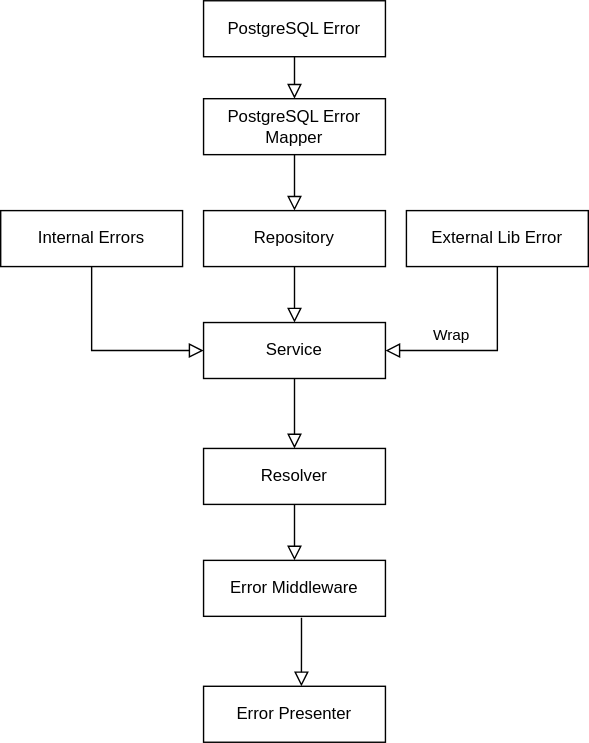
Above: docs/internal/proposals/error-handling/error-handling.svg in kyma-incubator/compass (draw.io), before the change. Source tidied: cells renumbered, new cells last; positions are measured from the earlier drawing's top-left corner, leaving out a move shared by most shapes. The source it was exported from:
```xml
<mxGraphModel>
  <root>
    <mxCell id="0" />
    <mxCell id="1" parent="0" />
    <mxCell id="2" style="rounded=0;html=1;jettySize=auto;fontSize=11;endArrow=block;endFill=0;endSize=8;strokeWidth=1;shadow=0;labelBackgroundColor=none;edgeStyle=orthogonalEdgeStyle;entryX=0.5;entryY=0;entryDx=0;entryDy=0;" parent="1" edge="1" source="4" target="6">
      <mxGeometry relative="1" as="geometry" />
    </mxCell>
    <mxCell id="3" value="PostgreSQL Error&lt;br&gt;" style="rounded=1;whiteSpace=wrap;html=1;fontSize=12;glass=0;strokeWidth=1;shadow=0;arcSize=0;" parent="1" vertex="1">
      <mxGeometry x="145" width="130" height="40" as="geometry" />
    </mxCell>
    <mxCell id="4" value="PostgreSQL Error Mapper" style="rounded=1;whiteSpace=wrap;html=1;fontSize=12;glass=0;strokeWidth=1;shadow=0;arcSize=0;" parent="1" vertex="1">
      <mxGeometry x="145" y="70" width="130" height="40" as="geometry" />
    </mxCell>
    <mxCell id="5" style="rounded=0;html=1;jettySize=auto;fontSize=11;endArrow=block;endFill=0;endSize=8;strokeWidth=1;shadow=0;labelBackgroundColor=none;edgeStyle=orthogonalEdgeStyle;" parent="1" edge="1" source="3" target="4">
      <mxGeometry relative="1" as="geometry" />
    </mxCell>
    <mxCell id="6" value="Repository" style="rounded=1;whiteSpace=wrap;html=1;fontSize=12;glass=0;strokeWidth=1;shadow=0;arcSize=0;" parent="1" vertex="1">
      <mxGeometry x="145" y="150" width="130" height="40" as="geometry" />
    </mxCell>
    <mxCell id="7" value="Service" style="rounded=1;whiteSpace=wrap;html=1;fontSize=12;glass=0;strokeWidth=1;shadow=0;arcSize=0;" parent="1" vertex="1">
      <mxGeometry x="145" y="230" width="130" height="40" as="geometry" />
    </mxCell>
    <mxCell id="8" value="Resolver&lt;br&gt;" style="rounded=1;whiteSpace=wrap;html=1;fontSize=12;glass=0;strokeWidth=1;shadow=0;arcSize=0;" parent="1" vertex="1">
      <mxGeometry x="145" y="320" width="130" height="40" as="geometry" />
    </mxCell>
    <mxCell id="9" style="rounded=0;html=1;jettySize=auto;fontSize=11;endArrow=block;endFill=0;endSize=8;strokeWidth=1;shadow=0;labelBackgroundColor=none;edgeStyle=orthogonalEdgeStyle;entryX=0.5;entryY=0;entryDx=0;entryDy=0;exitX=0.5;exitY=1;exitDx=0;exitDy=0;" parent="1" edge="1" source="6" target="7">
      <mxGeometry relative="1" as="geometry" />
    </mxCell>
    <mxCell id="10" style="rounded=0;html=1;jettySize=auto;fontSize=11;endArrow=block;endFill=0;endSize=8;strokeWidth=1;shadow=0;labelBackgroundColor=none;edgeStyle=orthogonalEdgeStyle;entryX=0.5;entryY=0;entryDx=0;entryDy=0;exitX=0.5;exitY=1;exitDx=0;exitDy=0;" parent="1" edge="1" source="7" target="8">
      <mxGeometry relative="1" as="geometry">
        <Array as="points">
          <mxPoint x="210" y="300" />
          <mxPoint x="210" y="300" />
        </Array>
      </mxGeometry>
    </mxCell>
    <mxCell id="11" value="Error Middleware" style="rounded=1;whiteSpace=wrap;html=1;fontSize=12;glass=0;strokeWidth=1;shadow=0;arcSize=0;" parent="1" vertex="1">
      <mxGeometry x="145" y="400" width="130" height="40" as="geometry" />
    </mxCell>
    <mxCell id="12" style="rounded=0;html=1;jettySize=auto;fontSize=11;endArrow=block;endFill=0;endSize=8;strokeWidth=1;shadow=0;labelBackgroundColor=none;edgeStyle=orthogonalEdgeStyle;entryX=0.5;entryY=0;entryDx=0;entryDy=0;exitX=0.5;exitY=1;exitDx=0;exitDy=0;" parent="1" edge="1" source="8" target="11">
      <mxGeometry relative="1" as="geometry">
        <Array as="points">
          <mxPoint x="210" y="370" />
          <mxPoint x="210" y="370" />
        </Array>
      </mxGeometry>
    </mxCell>
    <mxCell id="13" value="External Lib Error&lt;br&gt;" style="rounded=1;whiteSpace=wrap;html=1;fontSize=12;glass=0;strokeWidth=1;shadow=0;arcSize=0;" parent="1" vertex="1">
      <mxGeometry x="290" y="150" width="130" height="40" as="geometry" />
    </mxCell>
    <mxCell id="14" style="rounded=0;html=1;jettySize=auto;fontSize=11;endArrow=block;endFill=0;endSize=8;strokeWidth=1;shadow=0;labelBackgroundColor=none;edgeStyle=orthogonalEdgeStyle;entryX=1;entryY=0.5;entryDx=0;entryDy=0;exitX=0.5;exitY=1;exitDx=0;exitDy=0;" parent="1" edge="1" source="13" target="7">
      <mxGeometry relative="1" as="geometry" />
    </mxCell>
    <mxCell id="15" value="Wrap" style="edgeLabel;html=1;align=center;verticalAlign=middle;" parent="14" vertex="1">
      <mxGeometry x="-0.31" y="-33" relative="1" as="geometry" />
    </mxCell>
    <mxCell id="16" value="Error Presenter" style="rounded=1;whiteSpace=wrap;html=1;fontSize=12;glass=0;strokeWidth=1;shadow=0;arcSize=0;" parent="1" vertex="1">
      <mxGeometry x="145" y="490" width="130" height="40" as="geometry" />
    </mxCell>
    <mxCell id="17" value="Internal Errors" style="rounded=1;whiteSpace=wrap;html=1;fontSize=12;glass=0;strokeWidth=1;shadow=0;arcSize=0;" parent="1" vertex="1">
      <mxGeometry y="150" width="130" height="40" as="geometry" />
    </mxCell>
    <mxCell id="18" style="rounded=0;html=1;jettySize=auto;fontSize=11;endArrow=block;endFill=0;endSize=8;strokeWidth=1;shadow=0;labelBackgroundColor=none;edgeStyle=orthogonalEdgeStyle;entryX=0;entryY=0.5;entryDx=0;entryDy=0;exitX=0.5;exitY=1;exitDx=0;exitDy=0;" parent="1" edge="1" source="17" target="7">
      <mxGeometry relative="1" as="geometry" />
    </mxCell>
    <mxCell id="19" style="rounded=0;html=1;jettySize=auto;fontSize=11;endArrow=block;endFill=0;endSize=8;strokeWidth=1;shadow=0;labelBackgroundColor=none;edgeStyle=orthogonalEdgeStyle;entryX=0.538;entryY=0;entryDx=0;entryDy=0;entryPerimeter=0;" parent="1" edge="1" target="16">
      <mxGeometry relative="1" as="geometry">
        <mxPoint x="215" y="441" as="sourcePoint" />
        <Array as="points">
          <mxPoint x="215" y="460" />
          <mxPoint x="215" y="460" />
        </Array>
      </mxGeometry>
    </mxCell>
  </root>
</mxGraphModel>
```
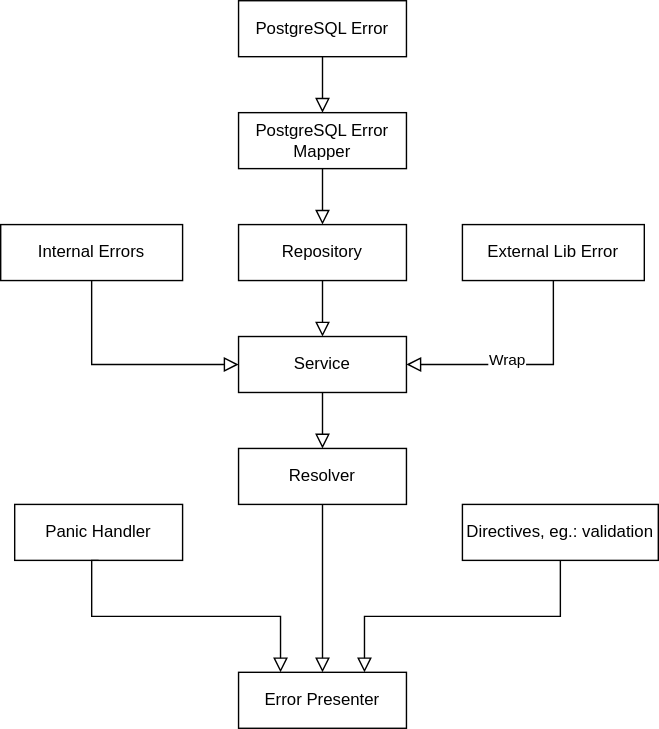
After the change.

Commit message:
fi after review

Diff of the diagram source:
```diff
@@ -6,47 +6,41 @@
       <mxGeometry relative="1" as="geometry" />
     </mxCell>
     <mxCell id="3" value="PostgreSQL Error&lt;br&gt;" style="rounded=1;whiteSpace=wrap;html=1;fontSize=12;glass=0;strokeWidth=1;shadow=0;arcSize=0;" parent="1" vertex="1">
-      <mxGeometry x="145" width="130" height="40" as="geometry" />
+      <mxGeometry x="190" y="10" width="120" height="40" as="geometry" />
     </mxCell>
     <mxCell id="4" value="PostgreSQL Error Mapper" style="rounded=1;whiteSpace=wrap;html=1;fontSize=12;glass=0;strokeWidth=1;shadow=0;arcSize=0;" parent="1" vertex="1">
-      <mxGeometry x="145" y="70" width="130" height="40" as="geometry" />
+      <mxGeometry x="190" y="90" width="120" height="40" as="geometry" />
     </mxCell>
     <mxCell id="5" style="rounded=0;html=1;jettySize=auto;fontSize=11;endArrow=block;endFill=0;endSize=8;strokeWidth=1;shadow=0;labelBackgroundColor=none;edgeStyle=orthogonalEdgeStyle;" parent="1" edge="1" source="3" target="4">
       <mxGeometry relative="1" as="geometry" />
     </mxCell>
     <mxCell id="6" value="Repository" style="rounded=1;whiteSpace=wrap;html=1;fontSize=12;glass=0;strokeWidth=1;shadow=0;arcSize=0;" parent="1" vertex="1">
-      <mxGeometry x="145" y="150" width="130" height="40" as="geometry" />
+      <mxGeometry x="190" y="170" width="120" height="40" as="geometry" />
     </mxCell>
     <mxCell id="7" value="Service" style="rounded=1;whiteSpace=wrap;html=1;fontSize=12;glass=0;strokeWidth=1;shadow=0;arcSize=0;" parent="1" vertex="1">
-      <mxGeometry x="145" y="230" width="130" height="40" as="geometry" />
+      <mxGeometry x="190" y="250" width="120" height="40" as="geometry" />
     </mxCell>
     <mxCell id="8" value="Resolver&lt;br&gt;" style="rounded=1;whiteSpace=wrap;html=1;fontSize=12;glass=0;strokeWidth=1;shadow=0;arcSize=0;" parent="1" vertex="1">
-      <mxGeometry x="145" y="320" width="130" height="40" as="geometry" />
+      <mxGeometry x="190" y="330" width="120" height="40" as="geometry" />
     </mxCell>
     <mxCell id="9" style="rounded=0;html=1;jettySize=auto;fontSize=11;endArrow=block;endFill=0;endSize=8;strokeWidth=1;shadow=0;labelBackgroundColor=none;edgeStyle=orthogonalEdgeStyle;entryX=0.5;entryY=0;entryDx=0;entryDy=0;exitX=0.5;exitY=1;exitDx=0;exitDy=0;" parent="1" edge="1" source="6" target="7">
-      <mxGeometry relative="1" as="geometry" />
+      <mxGeometry relative="1" as="geometry">
+        <Array as="points">
+          <mxPoint x="250" y="230" />
+          <mxPoint x="250" y="230" />
+        </Array>
+      </mxGeometry>
     </mxCell>
     <mxCell id="10" style="rounded=0;html=1;jettySize=auto;fontSize=11;endArrow=block;endFill=0;endSize=8;strokeWidth=1;shadow=0;labelBackgroundColor=none;edgeStyle=orthogonalEdgeStyle;entryX=0.5;entryY=0;entryDx=0;entryDy=0;exitX=0.5;exitY=1;exitDx=0;exitDy=0;" parent="1" edge="1" source="7" target="8">
       <mxGeometry relative="1" as="geometry">
         <Array as="points">
-          <mxPoint x="210" y="300" />
-          <mxPoint x="210" y="300" />
+          <mxPoint x="250" y="320" />
+          <mxPoint x="250" y="320" />
         </Array>
       </mxGeometry>
     </mxCell>
-    <mxCell id="11" value="Error Middleware" style="rounded=1;whiteSpace=wrap;html=1;fontSize=12;glass=0;strokeWidth=1;shadow=0;arcSize=0;" parent="1" vertex="1">
-      <mxGeometry x="145" y="400" width="130" height="40" as="geometry" />
-    </mxCell>
-    <mxCell id="12" style="rounded=0;html=1;jettySize=auto;fontSize=11;endArrow=block;endFill=0;endSize=8;strokeWidth=1;shadow=0;labelBackgroundColor=none;edgeStyle=orthogonalEdgeStyle;entryX=0.5;entryY=0;entryDx=0;entryDy=0;exitX=0.5;exitY=1;exitDx=0;exitDy=0;" parent="1" edge="1" source="8" target="11">
-      <mxGeometry relative="1" as="geometry">
-        <Array as="points">
-          <mxPoint x="210" y="370" />
-          <mxPoint x="210" y="370" />
-        </Array>
-      </mxGeometry>
-    </mxCell>
     <mxCell id="13" value="External Lib Error&lt;br&gt;" style="rounded=1;whiteSpace=wrap;html=1;fontSize=12;glass=0;strokeWidth=1;shadow=0;arcSize=0;" parent="1" vertex="1">
-      <mxGeometry x="290" y="150" width="130" height="40" as="geometry" />
+      <mxGeometry x="350" y="170" width="130" height="40" as="geometry" />
     </mxCell>
     <mxCell id="14" style="rounded=0;html=1;jettySize=auto;fontSize=11;endArrow=block;endFill=0;endSize=8;strokeWidth=1;shadow=0;labelBackgroundColor=none;edgeStyle=orthogonalEdgeStyle;entryX=1;entryY=0.5;entryDx=0;entryDy=0;exitX=0.5;exitY=1;exitDx=0;exitDy=0;" parent="1" edge="1" source="13" target="7">
       <mxGeometry relative="1" as="geometry" />
@@ -55,22 +49,39 @@
       <mxGeometry x="-0.31" y="-33" relative="1" as="geometry" />
     </mxCell>
     <mxCell id="16" value="Error Presenter" style="rounded=1;whiteSpace=wrap;html=1;fontSize=12;glass=0;strokeWidth=1;shadow=0;arcSize=0;" parent="1" vertex="1">
-      <mxGeometry x="145" y="490" width="130" height="40" as="geometry" />
+      <mxGeometry x="190" y="490" width="120" height="40" as="geometry" />
     </mxCell>
     <mxCell id="17" value="Internal Errors" style="rounded=1;whiteSpace=wrap;html=1;fontSize=12;glass=0;strokeWidth=1;shadow=0;arcSize=0;" parent="1" vertex="1">
-      <mxGeometry y="150" width="130" height="40" as="geometry" />
+      <mxGeometry x="20" y="170" width="130" height="40" as="geometry" />
     </mxCell>
     <mxCell id="18" style="rounded=0;html=1;jettySize=auto;fontSize=11;endArrow=block;endFill=0;endSize=8;strokeWidth=1;shadow=0;labelBackgroundColor=none;edgeStyle=orthogonalEdgeStyle;entryX=0;entryY=0.5;entryDx=0;entryDy=0;exitX=0.5;exitY=1;exitDx=0;exitDy=0;" parent="1" edge="1" source="17" target="7">
       <mxGeometry relative="1" as="geometry" />
     </mxCell>
-    <mxCell id="19" style="rounded=0;html=1;jettySize=auto;fontSize=11;endArrow=block;endFill=0;endSize=8;strokeWidth=1;shadow=0;labelBackgroundColor=none;edgeStyle=orthogonalEdgeStyle;entryX=0.538;entryY=0;entryDx=0;entryDy=0;entryPerimeter=0;" parent="1" edge="1" target="16">
-      <mxGeometry relative="1" as="geometry">
-        <mxPoint x="215" y="441" as="sourcePoint" />
-        <Array as="points">
-          <mxPoint x="215" y="460" />
-          <mxPoint x="215" y="460" />
-        </Array>
-      </mxGeometry>
+    <mxCell id="19" style="rounded=0;html=1;jettySize=auto;fontSize=11;endArrow=block;endFill=0;endSize=8;strokeWidth=1;shadow=0;labelBackgroundColor=none;edgeStyle=orthogonalEdgeStyle;entryX=0.5;entryY=0;entryDx=0;entryDy=0;exitX=0.5;exitY=1;exitDx=0;exitDy=0;" parent="1" edge="1" source="8" target="16">
+      <mxGeometry relative="1" as="geometry" />
     </mxCell>
+    <mxCell id="20" value="Panic Handler" style="rounded=1;whiteSpace=wrap;html=1;fontSize=12;glass=0;strokeWidth=1;shadow=0;arcSize=0;" parent="1" vertex="1">
+      <mxGeometry x="30" y="370" width="120" height="40" as="geometry" />
+    </mxCell>
+    <mxCell id="21" value="Directives, eg.: validation" style="rounded=1;whiteSpace=wrap;html=1;fontSize=12;glass=0;strokeWidth=1;shadow=0;arcSize=0;" parent="1" vertex="1">
+      <mxGeometry x="350" y="370" width="140" height="40" as="geometry" />
+    </mxCell>
+    <mxCell id="22" style="rounded=0;html=1;jettySize=auto;fontSize=11;endArrow=block;endFill=0;endSize=8;strokeWidth=1;shadow=0;labelBackgroundColor=none;edgeStyle=orthogonalEdgeStyle;entryX=0.25;entryY=0;entryDx=0;entryDy=0;exitX=0.5;exitY=1;exitDx=0;exitDy=0;" parent="1" edge="1" source="20" target="16">
+      <mxGeometry relative="1" as="geometry">
+        <Array as="points">
+          <mxPoint x="85" y="410" />
+          <mxPoint x="85" y="450" />
+          <mxPoint x="220" y="450" />
+        </Array>
+      </mxGeometry>
+    </mxCell>
+    <mxCell id="23" style="rounded=0;html=1;jettySize=auto;fontSize=11;endArrow=block;endFill=0;endSize=8;strokeWidth=1;shadow=0;labelBackgroundColor=none;edgeStyle=orthogonalEdgeStyle;exitX=0.5;exitY=1;exitDx=0;exitDy=0;entryX=0.75;entryY=0;entryDx=0;entryDy=0;" parent="1" edge="1" source="21" target="16">
+      <mxGeometry relative="1" as="geometry">
+        <Array as="points">
+          <mxPoint x="420" y="450" />
+          <mxPoint x="280" y="450" />
+        </Array>
+      </mxGeometry>
+    </mxCell>
   </root>
 </mxGraphModel>
```
